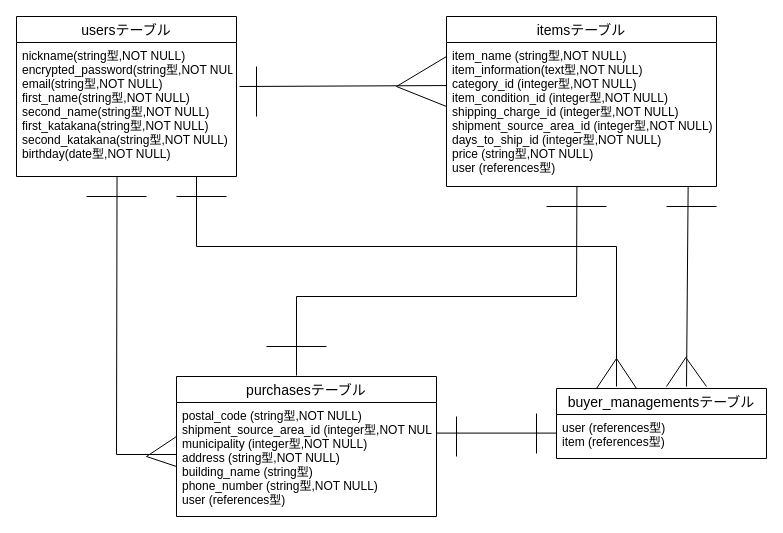
Above: furima.dio in Tokunaga-11852/furima-33456 (draw.io), before the change. Source tidied: cells renumbered, new cells numbered last; positions are measured from the earlier drawing's top-left corner, leaving out a move shared by most shapes. Both pictures are drawn from the tidied source at 100%, with x=0, y=0 at pixel (16, 16).
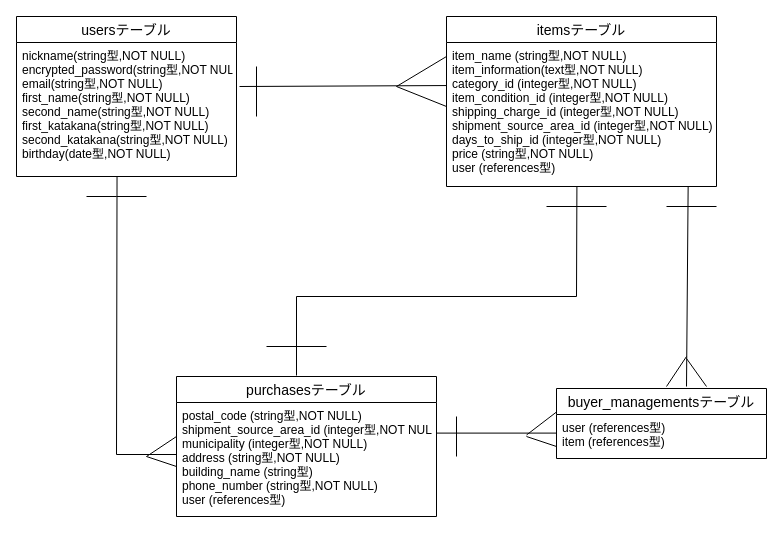
Above is the later version.

Commit message (it also covers changes not shown here):
4回目　データベース修正

Diff of the diagram source:
```diff
@@
     <mxCell id="28" style="endArrow=none;html=1;rounded=0;" parent="1" edge="1">
       <mxGeometry relative="1" as="geometry">
-        <mxPoint x="520" y="437" as="sourcePoint" />
-        <mxPoint x="520" y="397" as="targetPoint" />
+        <mxPoint x="510" y="418.5" as="sourcePoint" />
+        <mxPoint x="540" y="395.5" as="targetPoint" />
       </mxGeometry>
     </mxCell>
-    <mxCell id="29" style="endArrow=none;html=1;rounded=0;" parent="1" edge="1">
-      <mxGeometry relative="1" as="geometry">
-        <mxPoint x="180" y="160" as="sourcePoint" />
-        <mxPoint x="180" y="230" as="targetPoint" />
-      </mxGeometry>
-    </mxCell>
-    <mxCell id="30" style="endArrow=none;html=1;rounded=0;" parent="1" edge="1">
-      <mxGeometry relative="1" as="geometry">
-        <mxPoint x="180" y="230" as="sourcePoint" />
-        <mxPoint x="600" y="230" as="targetPoint" />
-      </mxGeometry>
-    </mxCell>
-    <mxCell id="31" style="endArrow=none;html=1;rounded=0;" parent="1" edge="1">
-      <mxGeometry relative="1" as="geometry">
-        <mxPoint x="600" y="230" as="sourcePoint" />
-        <mxPoint x="600" y="370" as="targetPoint" />
-      </mxGeometry>
-    </mxCell>
-    <mxCell id="32" style="endArrow=none;html=1;rounded=0;" parent="1" edge="1">
-      <mxGeometry relative="1" as="geometry">
-        <mxPoint x="600" y="342" as="sourcePoint" />
-        <mxPoint x="620" y="372" as="targetPoint" />
-      </mxGeometry>
-    </mxCell>
-    <mxCell id="33" style="endArrow=none;html=1;rounded=0;" parent="1" edge="1">
-      <mxGeometry relative="1" as="geometry">
-        <mxPoint x="580" y="372" as="sourcePoint" />
-        <mxPoint x="600" y="342" as="targetPoint" />
-      </mxGeometry>
-    </mxCell>
@@
-    <mxCell id="35" style="endArrow=none;html=1;rounded=0;" parent="1" edge="1">
-      <mxGeometry relative="1" as="geometry">
-        <mxPoint x="160" y="180" as="sourcePoint" />
-        <mxPoint x="210" y="180" as="targetPoint" />
-      </mxGeometry>
-    </mxCell>
@@
+    <mxCell id="37" style="endArrow=none;html=1;rounded=0;" parent="1" edge="1">
+      <mxGeometry relative="1" as="geometry">
+        <mxPoint x="510" y="420" as="sourcePoint" />
+        <mxPoint x="540" y="430" as="targetPoint" />
+      </mxGeometry>
+    </mxCell>
```
